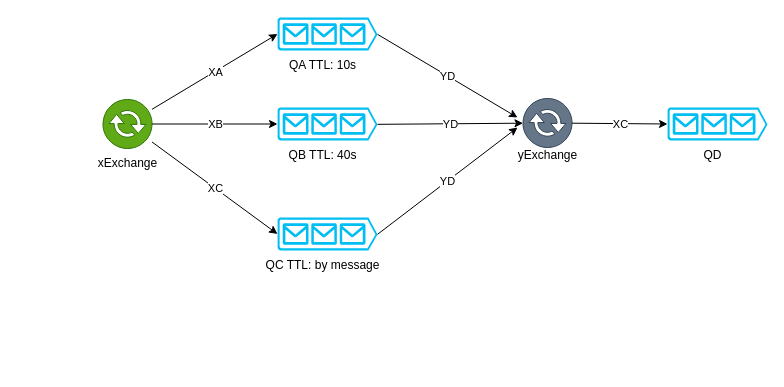
Before: page "TTL队列" (1 of 4) of boot3-12-message/RabbitMQ/RabbitMQ-producer/doc/RabbitMQ.drawio in Zhu-junwei/spring-boot-3, a draw.io diagram. Source tidied: cells renumbered, new cells numbered last; positions are measured from the earlier drawing's top-left corner, leaving out a move shared by most shapes. Both pictures are drawn from the tidied source at 100%, with x=0, y=0 at pixel (87, 17).
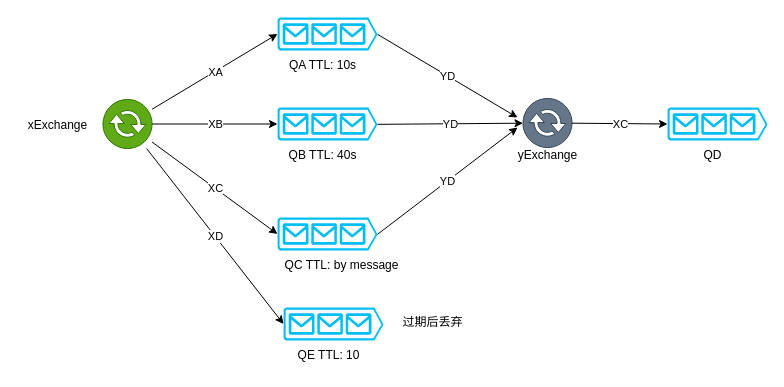
The same page after the edit.

Unchanged cells that the change refers to:
```xml
<mxCell id="2" style="shadow=0;dashed=0;html=1;labelPosition=center;verticalLabelPosition=bottom;verticalAlign=top;outlineConnect=0;align=center;shape=mxgraph.office.communications.exchange_active_sync;fillColor=#60a917;strokeColor=#2D7600;fontColor=#ffffff;rounded=0;" parent="1" vertex="1">
  <mxGeometry x="15.5" y="82" width="49" height="49" as="geometry" />
</mxCell>
<mxCell id="12" style="group;rounded=0;" parent="1" vertex="1">
  <mxGeometry x="190" y="200" width="115" height="63" as="geometry" />
</mxCell>
```

What changed in the source:
```diff
@@
     <mxCell id="9" value="xExchange" style="text;html=1;align=center;verticalAlign=middle;strokeColor=none;fillColor=none;rounded=0;" parent="1" vertex="1">
-      <mxGeometry y="131" width="80" height="30" as="geometry" />
+      <mxGeometry x="-70" y="93" width="80" height="30" as="geometry" />
     </mxCell>
@@
     <mxCell id="14" value="QC TTL: by message" style="text;html=1;align=center;verticalAlign=middle;strokeColor=none;fillColor=none;rounded=0;" parent="12" vertex="1">
-      <mxGeometry x="-25" y="33" width="140" height="30" as="geometry" />
+      <mxGeometry x="-6" y="33" width="140" height="30" as="geometry" />
     </mxCell>
@@
+    <mxCell id="32" style="group;rounded=0;" parent="1" vertex="1">
+      <mxGeometry x="196" y="290" width="115" height="63" as="geometry" />
+    </mxCell>
+    <mxCell id="33" style="verticalLabelPosition=bottom;html=1;verticalAlign=top;align=center;strokeColor=none;fillColor=#00BEF2;shape=mxgraph.azure.queue_generic;rounded=0;" parent="32" vertex="1">
+      <mxGeometry width="100" height="33" as="geometry" />
+    </mxCell>
+    <mxCell id="34" value="QE TTL: 10" style="text;html=1;align=center;verticalAlign=middle;strokeColor=none;fillColor=none;rounded=0;" parent="32" vertex="1">
+      <mxGeometry y="33" width="90" height="30" as="geometry" />
+    </mxCell>
+    <mxCell id="35" style="endArrow=classic;html=1;rounded=0;entryX=0;entryY=0.5;entryDx=0;entryDy=0;entryPerimeter=0;" parent="1" edge="1" source="2" target="33">
+      <mxGeometry relative="1" as="geometry" />
+    </mxCell>
+    <mxCell id="36" value="XD" style="edgeLabel;html=1;align=center;verticalAlign=middle;rounded=0;" parent="35" vertex="1">
+      <mxGeometry relative="1" as="geometry" />
+    </mxCell>
+    <mxCell id="37" value="过期后丢弃" style="text;html=1;align=center;verticalAlign=middle;strokeColor=none;fillColor=none;" parent="1" vertex="1">
+      <mxGeometry x="305" y="290" width="80" height="30" as="geometry" />
+    </mxCell>
```
